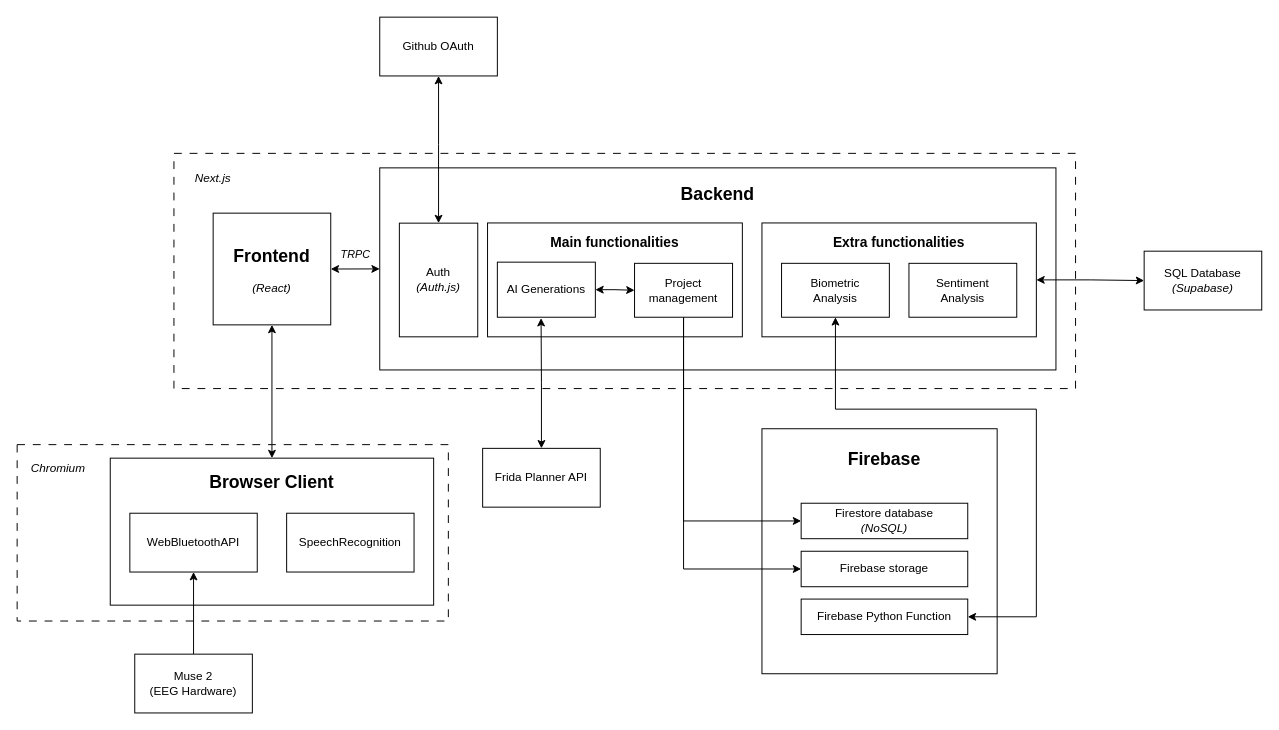
Before: architecture.drawio in Apantli/Tenor, a draw.io diagram. Source tidied: cells renumbered, new cells numbered last; positions are measured from the earlier drawing's top-left corner, leaving out a move shared by most shapes. Both pictures are drawn from the tidied source at 98%, with x=0, y=0 at pixel (17, 17).
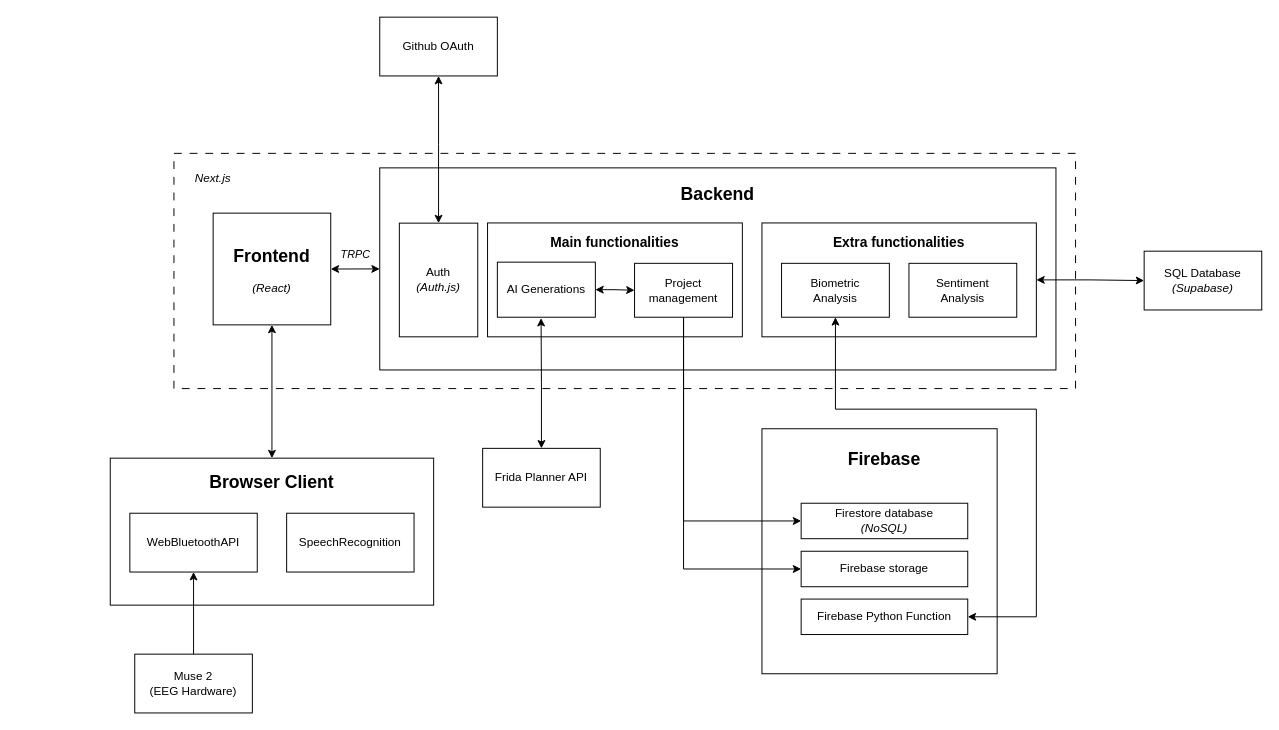
After the change.

Commit message:
Remove chromium box from architecture.drawio

Change to the diagram source:
```diff
@@
-    <mxCell id="3" style="rounded=0;whiteSpace=wrap;html=1;fillColor=none;dashed=1;dashPattern=8 8;" parent="1" vertex="1">
-      <mxGeometry y="436.2" width="440" height="180" as="geometry" />
-    </mxCell>
@@
-    <mxCell id="38" value="Chromium" style="text;html=1;align=center;verticalAlign=middle;whiteSpace=wrap;rounded=0;fontStyle=2;" parent="1" vertex="1">
-      <mxGeometry x="12" y="446" width="60" height="30" as="geometry" />
-    </mxCell>
```
